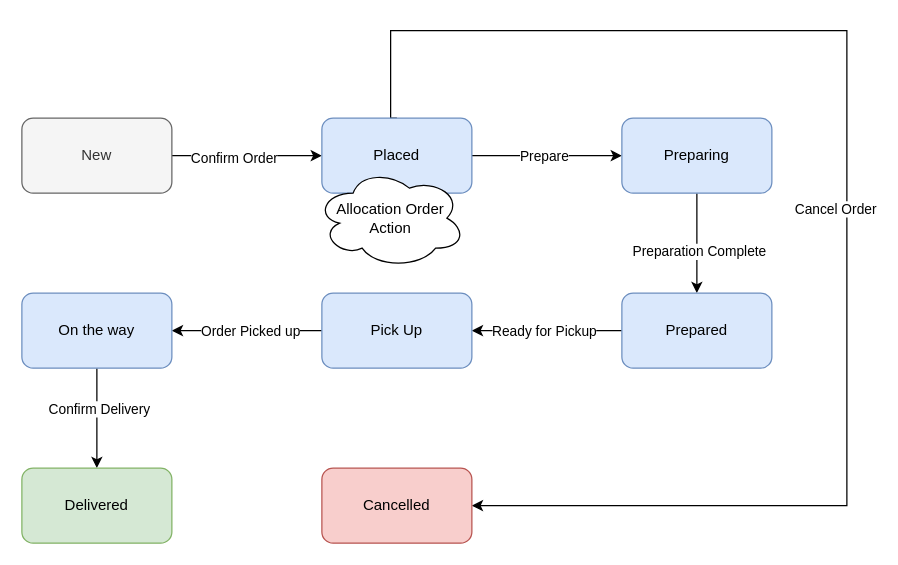
Before: docs/event-flow.drawio in Ranjan0491/food-o-meter, a draw.io diagram. Source tidied: cells renumbered, new cells numbered last; positions are measured from the earlier drawing's top-left corner, leaving out a move shared by most shapes. Both pictures are drawn from the tidied source at 125%, with x=0, y=0 at pixel (21, 30).
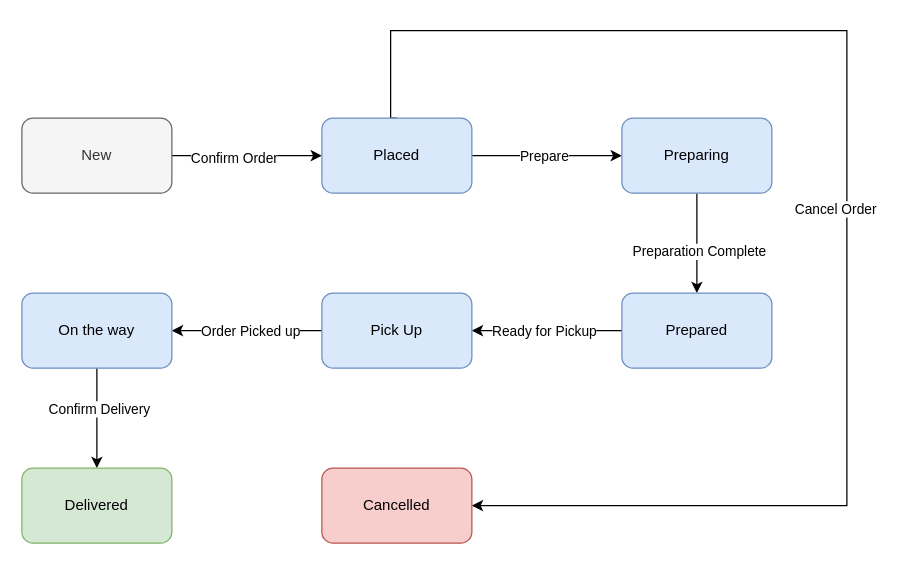
After the change.

Diff of the diagram source:
```diff
@@
-    <mxCell id="24" value="Allocation Order &lt;br&gt;Action" style="ellipse;shape=cloud;whiteSpace=wrap;html=1;hachureGap=4;" parent="1" vertex="1">
-      <mxGeometry x="235" y="110" width="120" height="80" as="geometry" />
-    </mxCell>
```
